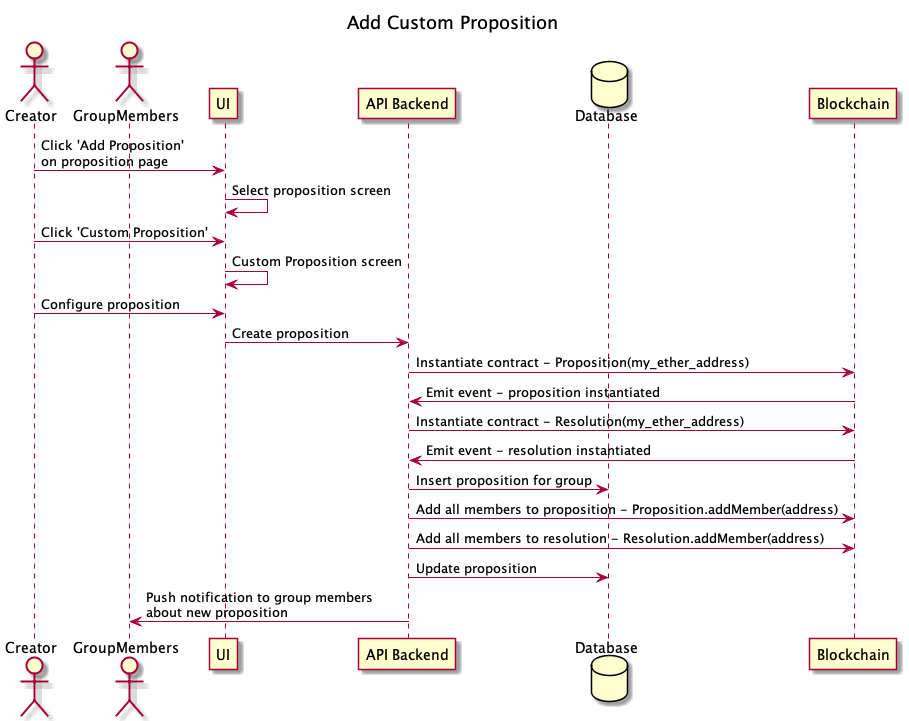
This is docs/Diagrams/out/UserStories/Add Custom Proposition.png from adhurjaty/prediction-app, a PlantUML export, as it was before one commit.
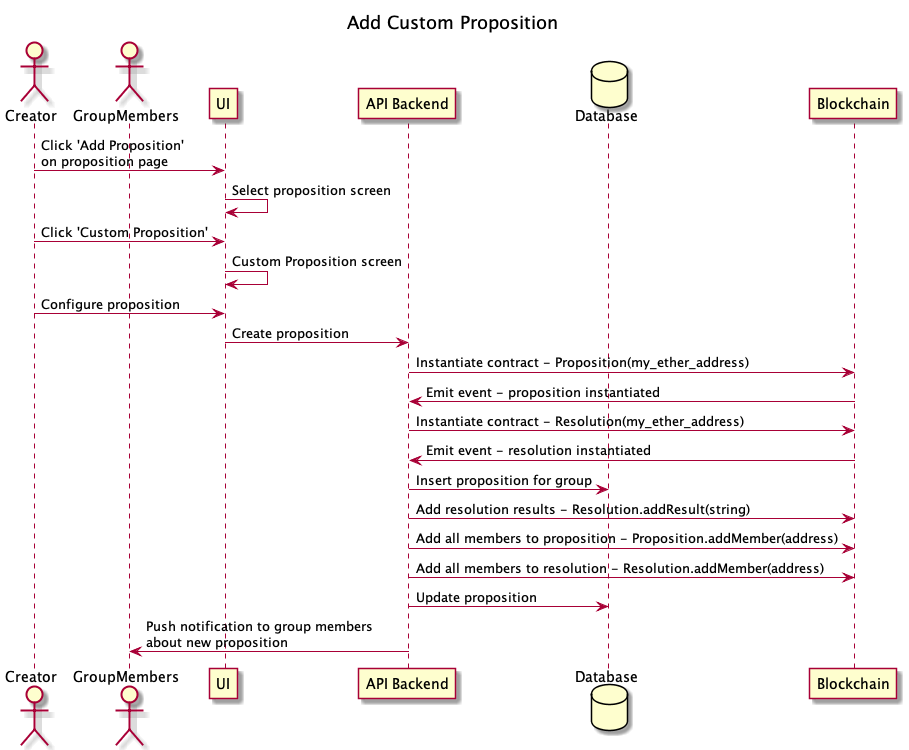
After the change.

Commit message:
Updated diagram to include addResult()

Change to the diagram source:
```diff
@@ -20,6 +20,7 @@
 api -> bc : Instantiate contract - Resolution(my_ether_address)
 bc -> api : Emit event - resolution instantiated
 api -> db : Insert proposition for group
+api -> bc : Add resolution results - Resolution.addResult(string)
 api -> bc : Add all members to proposition - Proposition.addMember(address)
 api -> bc : Add all members to resolution - Resolution.addMember(address)
 api -> db : Update proposition
```
